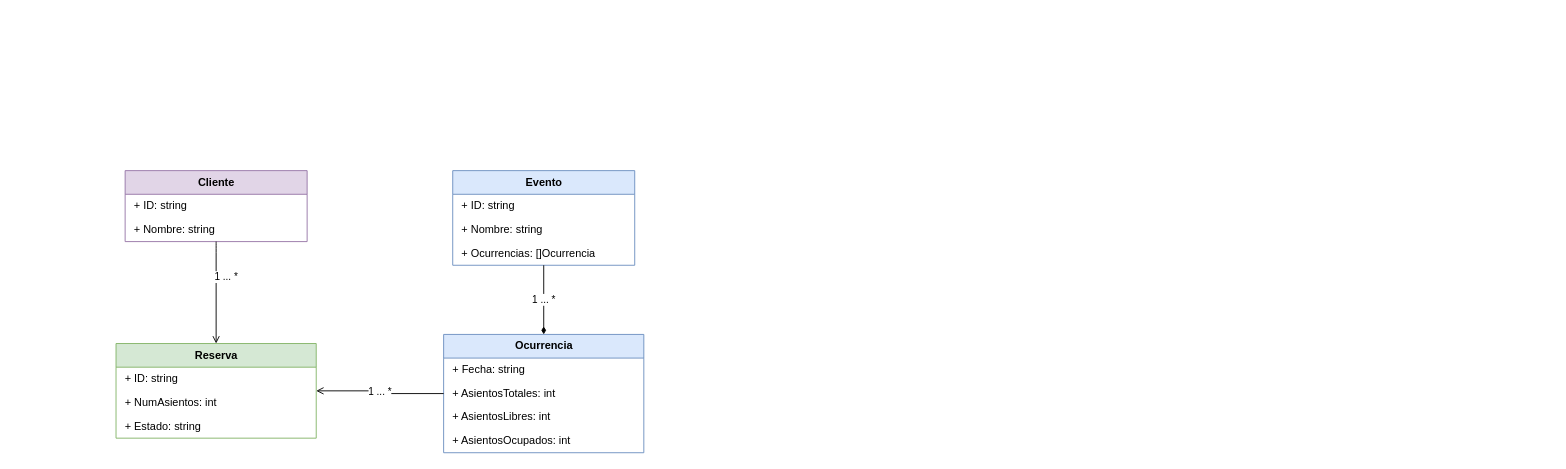
This is docs/diagramas/clases.drawio from AdrianMontLin/sistema-reserva-boletos, a draw.io file, before an edit. Source tidied: cells renumbered, new cells numbered last; positions are measured from the earlier drawing's top-left corner, leaving out a move shared by most shapes. Both pictures are drawn from the tidied source at 91%, with x=0, y=0 at pixel (116, 170).
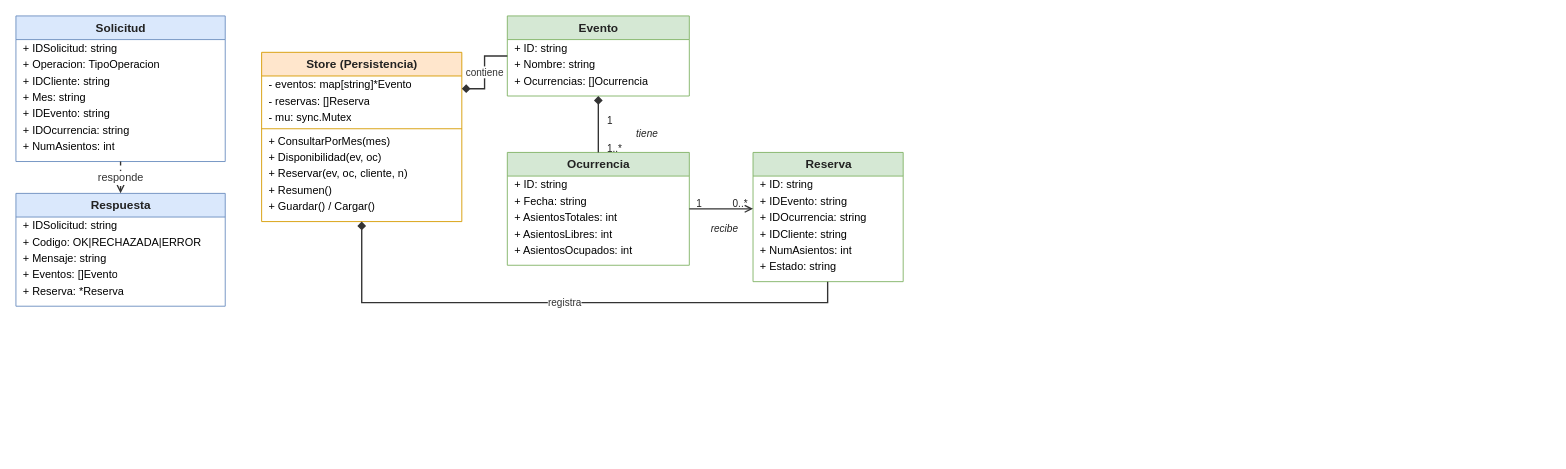
After the change.

What changed in the source:
```diff
@@
+    <mxCell id="21" value="Solicitud" style="swimlane;fontStyle=1;horizontal=1;startSize=26;html=1;fillColor=#DAE8FC;strokeColor=#6C8EBF;fontColor=#222222;fontSize=13;" parent="1" vertex="1">
+      <mxGeometry x="-110" y="-170" width="230" height="160" as="geometry" />
+    </mxCell>
+    <mxCell id="22" value="+ IDSolicitud: string" style="text;strokeColor=none;fillColor=none;align=left;verticalAlign=middle;spacingLeft=6;spacingRight=4;overflow=hidden;html=1;fontSize=12;" parent="21" vertex="1">
+      <mxGeometry y="26" width="230" height="18" as="geometry" />
+    </mxCell>
+    <mxCell id="23" value="+ Operacion: TipoOperacion" style="text;strokeColor=none;fillColor=none;align=left;verticalAlign=middle;spacingLeft=6;spacingRight=4;overflow=hidden;html=1;fontSize=12;" parent="21" vertex="1">
+      <mxGeometry y="44" width="230" height="18" as="geometry" />
+    </mxCell>
+    <mxCell id="24" value="+ IDCliente: string" style="text;strokeColor=none;fillColor=none;align=left;verticalAlign=middle;spacingLeft=6;spacingRight=4;overflow=hidden;html=1;fontSize=12;" parent="21" vertex="1">
+      <mxGeometry y="62" width="230" height="18" as="geometry" />
+    </mxCell>
+    <mxCell id="25" value="+ Mes: string" style="text;strokeColor=none;fillColor=none;align=left;verticalAlign=middle;spacingLeft=6;spacingRight=4;overflow=hidden;html=1;fontSize=12;" parent="21" vertex="1">
+      <mxGeometry y="80" width="230" height="18" as="geometry" />
+    </mxCell>
+    <mxCell id="26" value="+ IDEvento: string" style="text;strokeColor=none;fillColor=none;align=left;verticalAlign=middle;spacingLeft=6;spacingRight=4;overflow=hidden;html=1;fontSize=12;" parent="21" vertex="1">
+      <mxGeometry y="98" width="230" height="18" as="geometry" />
+    </mxCell>
+    <mxCell id="27" value="+ IDOcurrencia: string" style="text;strokeColor=none;fillColor=none;align=left;verticalAlign=middle;spacingLeft=6;spacingRight=4;overflow=hidden;html=1;fontSize=12;" parent="21" vertex="1">
+      <mxGeometry y="116" width="230" height="18" as="geometry" />
+    </mxCell>
+    <mxCell id="28" value="+ NumAsientos: int" style="text;strokeColor=none;fillColor=none;align=left;verticalAlign=middle;spacingLeft=6;spacingRight=4;overflow=hidden;html=1;fontSize=12;" parent="21" vertex="1">
+      <mxGeometry y="134" width="230" height="18" as="geometry" />
+    </mxCell>
+    <mxCell id="29" value="Respuesta" style="swimlane;fontStyle=1;horizontal=1;startSize=26;html=1;fillColor=#DAE8FC;strokeColor=#6C8EBF;fontColor=#222222;fontSize=13;" parent="1" vertex="1">
+      <mxGeometry x="-110" y="25" width="230" height="124" as="geometry" />
+    </mxCell>
+    <mxCell id="30" value="+ IDSolicitud: string" style="text;strokeColor=none;fillColor=none;align=left;verticalAlign=middle;spacingLeft=6;spacingRight=4;overflow=hidden;html=1;fontSize=12;" parent="29" vertex="1">
+      <mxGeometry y="26" width="230" height="18" as="geometry" />
+    </mxCell>
+    <mxCell id="31" value="+ Codigo: OK|RECHAZADA|ERROR" style="text;strokeColor=none;fillColor=none;align=left;verticalAlign=middle;spacingLeft=6;spacingRight=4;overflow=hidden;html=1;fontSize=12;" parent="29" vertex="1">
+      <mxGeometry y="44" width="230" height="18" as="geometry" />
+    </mxCell>
+    <mxCell id="32" value="+ Mensaje: string" style="text;strokeColor=none;fillColor=none;align=left;verticalAlign=middle;spacingLeft=6;spacingRight=4;overflow=hidden;html=1;fontSize=12;" parent="29" vertex="1">
+      <mxGeometry y="62" width="230" height="18" as="geometry" />
+    </mxCell>
+    <mxCell id="33" value="+ Eventos: []Evento" style="text;strokeColor=none;fillColor=none;align=left;verticalAlign=middle;spacingLeft=6;spacingRight=4;overflow=hidden;html=1;fontSize=12;" parent="29" vertex="1">
+      <mxGeometry y="80" width="230" height="18" as="geometry" />
+    </mxCell>
+    <mxCell id="34" value="+ Reserva: *Reserva" style="text;strokeColor=none;fillColor=none;align=left;verticalAlign=middle;spacingLeft=6;spacingRight=4;overflow=hidden;html=1;fontSize=12;" parent="29" vertex="1">
+      <mxGeometry y="98" width="230" height="18" as="geometry" />
+    </mxCell>
+    <mxCell id="35" value="Store (Persistencia)" style="swimlane;fontStyle=1;horizontal=1;startSize=26;html=1;fillColor=#FFE6CC;strokeColor=#D79B00;fontColor=#222222;fontSize=13;" parent="1" vertex="1">
+      <mxGeometry x="160" y="-130" width="220" height="186" as="geometry" />
+    </mxCell>
+    <mxCell id="36" value="- eventos: map[string]*Evento" style="text;strokeColor=none;fillColor=none;align=left;verticalAlign=middle;spacingLeft=6;spacingRight=4;overflow=hidden;html=1;fontSize=12;" parent="35" vertex="1">
+      <mxGeometry y="26" width="220" height="18" as="geometry" />
+    </mxCell>
+    <mxCell id="37" value="- reservas: []Reserva" style="text;strokeColor=none;fillColor=none;align=left;verticalAlign=middle;spacingLeft=6;spacingRight=4;overflow=hidden;html=1;fontSize=12;" parent="35" vertex="1">
+      <mxGeometry y="44" width="220" height="18" as="geometry" />
+    </mxCell>
+    <mxCell id="38" value="- mu: sync.Mutex" style="text;strokeColor=none;fillColor=none;align=left;verticalAlign=middle;spacingLeft=6;spacingRight=4;overflow=hidden;html=1;fontSize=12;" parent="35" vertex="1">
+      <mxGeometry y="62" width="220" height="18" as="geometry" />
+    </mxCell>
+    <mxCell id="39" style="line;strokeWidth=1;fillColor=none;strokeColor=#D79B00;html=1;" parent="35" vertex="1">
+      <mxGeometry y="80" width="220" height="8" as="geometry" />
+    </mxCell>
+    <mxCell id="40" value="+ ConsultarPorMes(mes)" style="text;strokeColor=none;fillColor=none;align=left;verticalAlign=middle;spacingLeft=6;spacingRight=4;overflow=hidden;html=1;fontSize=12;" parent="35" vertex="1">
+      <mxGeometry y="88" width="220" height="18" as="geometry" />
+    </mxCell>
+    <mxCell id="41" value="+ Disponibilidad(ev, oc)" style="text;strokeColor=none;fillColor=none;align=left;verticalAlign=middle;spacingLeft=6;spacingRight=4;overflow=hidden;html=1;fontSize=12;" parent="35" vertex="1">
+      <mxGeometry y="106" width="220" height="18" as="geometry" />
+    </mxCell>
+    <mxCell id="42" value="+ Reservar(ev, oc, cliente, n)" style="text;strokeColor=none;fillColor=none;align=left;verticalAlign=middle;spacingLeft=6;spacingRight=4;overflow=hidden;html=1;fontSize=12;" parent="35" vertex="1">
+      <mxGeometry y="124" width="220" height="18" as="geometry" />
+    </mxCell>
+    <mxCell id="43" value="+ Resumen()" style="text;strokeColor=none;fillColor=none;align=left;verticalAlign=middle;spacingLeft=6;spacingRight=4;overflow=hidden;html=1;fontSize=12;" parent="35" vertex="1">
+      <mxGeometry y="142" width="220" height="18" as="geometry" />
+    </mxCell>
+    <mxCell id="44" value="+ Guardar() / Cargar()" style="text;strokeColor=none;fillColor=none;align=left;verticalAlign=middle;spacingLeft=6;spacingRight=4;overflow=hidden;html=1;fontSize=12;" parent="35" vertex="1">
+      <mxGeometry y="160" width="220" height="18" as="geometry" />
+    </mxCell>
-    <mxCell id="2" value="Evento" style="swimlane;fontStyle=1;horizontal=1;startSize=26;html=1;fillColor=#DAE8FC;strokeColor=#6C8EBF;" parent="1" vertex="1">
-      <mxGeometry x="370" width="200" height="104" as="geometry" />
+    <mxCell id="2" value="Evento" style="swimlane;fontStyle=1;horizontal=1;startSize=26;html=1;fillColor=#D5E8D4;strokeColor=#82B366;fontColor=#222222;fontSize=13;" parent="1" vertex="1">
+      <mxGeometry x="430" y="-170" width="200" height="88" as="geometry" />
     </mxCell>
-    <mxCell id="3" value="+ ID: string" style="text;html=1;align=left;verticalAlign=middle;spacingLeft=8;fontSize=12;" parent="2" vertex="1">
-      <mxGeometry y="26" width="200" height="26" as="geometry" />
-    </mxCell>
-    <mxCell id="4" value="+ Nombre: string" style="text;html=1;align=left;verticalAlign=middle;spacingLeft=8;fontSize=12;" parent="2" vertex="1">
-      <mxGeometry y="52" width="200" height="26" as="geometry" />
-    </mxCell>
+    <mxCell id="45" value="+ ID: string" style="text;strokeColor=none;fillColor=none;align=left;verticalAlign=middle;spacingLeft=6;spacingRight=4;overflow=hidden;html=1;fontSize=12;" parent="2" vertex="1">
+      <mxGeometry y="26" width="200" height="18" as="geometry" />
+    </mxCell>
+    <mxCell id="46" value="+ Nombre: string" style="text;strokeColor=none;fillColor=none;align=left;verticalAlign=middle;spacingLeft=6;spacingRight=4;overflow=hidden;html=1;fontSize=12;" parent="2" vertex="1">
+      <mxGeometry y="44" width="200" height="18" as="geometry" />
+    </mxCell>
-    <mxCell id="5" value="+ Ocurrencias: []Ocurrencia" style="text;html=1;align=left;verticalAlign=middle;spacingLeft=8;fontSize=12;" parent="2" vertex="1">
-      <mxGeometry y="78" width="200" height="26" as="geometry" />
+    <mxCell id="5" value="+ Ocurrencias: []Ocurrencia" style="text;strokeColor=none;fillColor=none;align=left;verticalAlign=middle;spacingLeft=6;spacingRight=4;overflow=hidden;html=1;fontSize=12;" parent="2" vertex="1">
+      <mxGeometry y="62" width="200" height="18" as="geometry" />
     </mxCell>
-    <mxCell id="6" value="Ocurrencia" style="swimlane;fontStyle=1;horizontal=1;startSize=26;html=1;fillColor=#DAE8FC;strokeColor=#6C8EBF;" parent="1" vertex="1">
-      <mxGeometry x="360" y="180" width="220" height="130" as="geometry" />
+    <mxCell id="6" value="Ocurrencia" style="swimlane;fontStyle=1;horizontal=1;startSize=26;html=1;fillColor=#D5E8D4;strokeColor=#82B366;fontColor=#222222;fontSize=13;" parent="1" vertex="1">
+      <mxGeometry x="430" y="-20" width="200" height="124" as="geometry" />
     </mxCell>
+    <mxCell id="47" value="+ ID: string" style="text;strokeColor=none;fillColor=none;align=left;verticalAlign=middle;spacingLeft=6;spacingRight=4;overflow=hidden;html=1;fontSize=12;" parent="6" vertex="1">
+      <mxGeometry y="26" width="200" height="18" as="geometry" />
+    </mxCell>
-    <mxCell id="7" value="+ Fecha: string" style="text;html=1;align=left;verticalAlign=middle;spacingLeft=8;fontSize=12;" parent="6" vertex="1">
-      <mxGeometry y="26" width="220" height="26" as="geometry" />
+    <mxCell id="7" value="+ Fecha: string" style="text;strokeColor=none;fillColor=none;align=left;verticalAlign=middle;spacingLeft=6;spacingRight=4;overflow=hidden;html=1;fontSize=12;" parent="6" vertex="1">
+      <mxGeometry y="44" width="200" height="18" as="geometry" />
     </mxCell>
-    <mxCell id="8" value="+ AsientosTotales: int" style="text;html=1;align=left;verticalAlign=middle;spacingLeft=8;fontSize=12;" parent="6" vertex="1">
-      <mxGeometry y="52" width="220" height="26" as="geometry" />
+    <mxCell id="8" value="+ AsientosTotales: int" style="text;strokeColor=none;fillColor=none;align=left;verticalAlign=middle;spacingLeft=6;spacingRight=4;overflow=hidden;html=1;fontSize=12;" parent="6" vertex="1">
+      <mxGeometry y="62" width="200" height="18" as="geometry" />
     </mxCell>
-    <mxCell id="9" value="+ AsientosLibres: int" style="text;html=1;align=left;verticalAlign=middle;spacingLeft=8;fontSize=12;" parent="6" vertex="1">
-      <mxGeometry y="78" width="220" height="26" as="geometry" />
+    <mxCell id="9" value="+ AsientosLibres: int" style="text;strokeColor=none;fillColor=none;align=left;verticalAlign=middle;spacingLeft=6;spacingRight=4;overflow=hidden;html=1;fontSize=12;" parent="6" vertex="1">
+      <mxGeometry y="80" width="200" height="18" as="geometry" />
     </mxCell>
-    <mxCell id="10" value="+ AsientosOcupados: int" style="text;html=1;align=left;verticalAlign=middle;spacingLeft=8;fontSize=12;" parent="6" vertex="1">
-      <mxGeometry y="104" width="220" height="26" as="geometry" />
+    <mxCell id="10" value="+ AsientosOcupados: int" style="text;strokeColor=none;fillColor=none;align=left;verticalAlign=middle;spacingLeft=6;spacingRight=4;overflow=hidden;html=1;fontSize=12;" parent="6" vertex="1">
+      <mxGeometry y="98" width="200" height="18" as="geometry" />
     </mxCell>
-    <mxCell id="11" value="Reserva" style="swimlane;fontStyle=1;horizontal=1;startSize=26;html=1;fillColor=#D5E8D4;strokeColor=#82B366;" parent="1" vertex="1">
-      <mxGeometry y="190" width="220" height="104" as="geometry" />
+    <mxCell id="11" value="Reserva" style="swimlane;fontStyle=1;horizontal=1;startSize=26;html=1;fillColor=#D5E8D4;strokeColor=#82B366;fontColor=#222222;fontSize=13;" parent="1" vertex="1">
+      <mxGeometry x="700" y="-20" width="165" height="142" as="geometry" />
     </mxCell>
-    <mxCell id="12" value="+ ID: string" style="text;html=1;align=left;verticalAlign=middle;spacingLeft=8;fontSize=12;" parent="11" vertex="1">
-      <mxGeometry y="26" width="220" height="26" as="geometry" />
-    </mxCell>
-    <mxCell id="13" value="+ NumAsientos: int" style="text;html=1;align=left;verticalAlign=middle;spacingLeft=8;fontSize=12;" parent="11" vertex="1">
-      <mxGeometry y="52" width="220" height="26" as="geometry" />
-    </mxCell>
+    <mxCell id="48" value="+ ID: string" style="text;strokeColor=none;fillColor=none;align=left;verticalAlign=middle;spacingLeft=6;spacingRight=4;overflow=hidden;html=1;fontSize=12;" parent="11" vertex="1">
+      <mxGeometry y="26" width="165" height="18" as="geometry" />
+    </mxCell>
+    <mxCell id="49" value="+ IDEvento: string" style="text;strokeColor=none;fillColor=none;align=left;verticalAlign=middle;spacingLeft=6;spacingRight=4;overflow=hidden;html=1;fontSize=12;" parent="11" vertex="1">
+      <mxGeometry y="44" width="165" height="18" as="geometry" />
+    </mxCell>
+    <mxCell id="50" value="+ IDOcurrencia: string" style="text;strokeColor=none;fillColor=none;align=left;verticalAlign=middle;spacingLeft=6;spacingRight=4;overflow=hidden;html=1;fontSize=12;" parent="11" vertex="1">
+      <mxGeometry y="62" width="165" height="18" as="geometry" />
+    </mxCell>
+    <mxCell id="51" value="+ IDCliente: string" style="text;strokeColor=none;fillColor=none;align=left;verticalAlign=middle;spacingLeft=6;spacingRight=4;overflow=hidden;html=1;fontSize=12;" parent="11" vertex="1">
+      <mxGeometry y="80" width="165" height="18" as="geometry" />
+    </mxCell>
+    <mxCell id="52" value="+ NumAsientos: int" style="text;strokeColor=none;fillColor=none;align=left;verticalAlign=middle;spacingLeft=6;spacingRight=4;overflow=hidden;html=1;fontSize=12;" parent="11" vertex="1">
+      <mxGeometry y="98" width="165" height="18" as="geometry" />
+    </mxCell>
-    <mxCell id="14" value="+ Estado: string" style="text;html=1;align=left;verticalAlign=middle;spacingLeft=8;fontSize=12;" parent="11" vertex="1">
-      <mxGeometry y="78" width="220" height="26" as="geometry" />
+    <mxCell id="14" value="+ Estado: string" style="text;strokeColor=none;fillColor=none;align=left;verticalAlign=middle;spacingLeft=6;spacingRight=4;overflow=hidden;html=1;fontSize=12;" parent="11" vertex="1">
+      <mxGeometry y="116" width="165" height="18" as="geometry" />
     </mxCell>
-    <mxCell id="15" value="Cliente" style="swimlane;fontStyle=1;horizontal=1;startSize=26;html=1;fillColor=#E1D5E7;strokeColor=#9673A6;" parent="1" vertex="1">
-      <mxGeometry x="10" width="200" height="78" as="geometry" />
-    </mxCell>
-    <mxCell id="16" value="+ ID: string" style="text;html=1;align=left;verticalAlign=middle;spacingLeft=8;fontSize=12;" parent="15" vertex="1">
-      <mxGeometry y="26" width="200" height="26" as="geometry" />
-    </mxCell>
-    <mxCell id="17" value="+ Nombre: string" style="text;html=1;align=left;verticalAlign=middle;spacingLeft=8;fontSize=12;" parent="15" vertex="1">
-      <mxGeometry y="52" width="200" height="26" as="geometry" />
-    </mxCell>
-    <mxCell id="18" value="1 ... *" style="edgeStyle=orthogonalEdgeStyle;html=1;endArrow=diamondThin;startArrow=none;" parent="1" edge="1" source="2" target="6">
-      <mxGeometry relative="1" as="geometry" />
-    </mxCell>
-    <mxCell id="19" value="1 ... *" style="edgeStyle=orthogonalEdgeStyle;html=1;endArrow=open;startArrow=none;" parent="1" edge="1" source="6" target="11">
-      <mxGeometry relative="1" as="geometry" />
-    </mxCell>
-    <mxCell id="20" value="1 ...&lt;span style=&quot;background-color: light-dark(#ffffff, var(--ge-dark-color, #121212)); color: light-dark(rgb(0, 0, 0), rgb(255, 255, 255));&quot;&gt;&amp;nbsp;*&lt;/span&gt;" style="edgeStyle=orthogonalEdgeStyle;html=1;endArrow=open;startArrow=none;entryX=0.5;entryY=0;entryDx=0;entryDy=0;exitX=0.5;exitY=1;exitDx=0;exitDy=0;" parent="1" edge="1" source="15" target="11">
-      <mxGeometry x="-0.16" y="13" relative="1" as="geometry">
-        <Array as="points">
-          <mxPoint x="110" y="80" />
-          <mxPoint x="110" y="80" />
-        </Array>
-        <mxPoint x="-2" y="-8" as="offset" />
-      </mxGeometry>
-    </mxCell>
+    <mxCell id="53" value="responde" style="html=1;rounded=0;strokeWidth=1.5;labelBackgroundColor=#ffffff;fontSize=12;fontColor=#333333;strokeColor=#333333;endArrow=open;endFill=0;startArrow=none;dashed=1;" parent="1" edge="1">
+      <mxGeometry relative="1" as="geometry">
+        <mxPoint x="5" y="-10" as="sourcePoint" />
+        <mxPoint x="5" y="25" as="targetPoint" />
+      </mxGeometry>
+    </mxCell>
+    <mxCell id="54" value="contiene" style="html=1;rounded=0;strokeWidth=1.5;labelBackgroundColor=#ffffff;fontSize=11;fontColor=#333333;strokeColor=#333333;endArrow=none;startArrow=diamond;startFill=1;" parent="1" edge="1">
+      <mxGeometry relative="1" as="geometry">
+        <mxPoint x="380" y="-90" as="sourcePoint" />
+        <mxPoint x="430" y="-126" as="targetPoint" />
+        <Array as="points">
+          <mxPoint x="405" y="-90" />
+          <mxPoint x="405" y="-126" />
+        </Array>
+      </mxGeometry>
+    </mxCell>
+    <mxCell id="55" style="html=1;rounded=0;strokeWidth=1.5;labelBackgroundColor=#ffffff;fontSize=12;fontColor=#333333;strokeColor=#333333;endArrow=none;startArrow=diamond;startFill=1;" parent="1" edge="1">
+      <mxGeometry relative="1" as="geometry">
+        <mxPoint x="530" y="-82" as="sourcePoint" />
+        <mxPoint x="530" y="-20" as="targetPoint" />
+      </mxGeometry>
+    </mxCell>
+    <mxCell id="56" value="1" style="text;html=1;align=left;verticalAlign=top;whiteSpace=wrap;fontSize=11;fontColor=#222222;" parent="1" vertex="1">
+      <mxGeometry x="538" y="-68" width="900" height="21" as="geometry" />
+    </mxCell>
+    <mxCell id="57" value="1..*" style="text;html=1;align=left;verticalAlign=top;whiteSpace=wrap;fontSize=11;fontColor=#222222;" parent="1" vertex="1">
+      <mxGeometry x="538" y="-37" width="900" height="21" as="geometry" />
+    </mxCell>
+    <mxCell id="58" value="tiene" style="text;html=1;align=left;verticalAlign=top;whiteSpace=wrap;fontSize=11;fontColor=#222222;fontStyle=2;" parent="1" vertex="1">
+      <mxGeometry x="570" y="-53" width="900" height="21" as="geometry" />
+    </mxCell>
+    <mxCell id="59" style="html=1;rounded=0;strokeWidth=1.5;labelBackgroundColor=#ffffff;fontSize=12;fontColor=#333333;strokeColor=#333333;endArrow=open;endFill=0;startArrow=none;" parent="1" edge="1">
+      <mxGeometry relative="1" as="geometry">
+        <mxPoint x="630" y="42" as="sourcePoint" />
+        <mxPoint x="700" y="42" as="targetPoint" />
+      </mxGeometry>
+    </mxCell>
+    <mxCell id="60" value="1" style="text;html=1;align=left;verticalAlign=top;whiteSpace=wrap;fontSize=11;fontColor=#222222;" parent="1" vertex="1">
+      <mxGeometry x="636" y="23" width="900" height="21" as="geometry" />
+    </mxCell>
+    <mxCell id="61" value="0..*" style="text;html=1;align=left;verticalAlign=top;whiteSpace=wrap;fontSize=11;fontColor=#222222;" parent="1" vertex="1">
+      <mxGeometry x="676" y="23" width="900" height="21" as="geometry" />
+    </mxCell>
+    <mxCell id="62" value="recibe" style="text;html=1;align=left;verticalAlign=top;whiteSpace=wrap;fontSize=11;fontColor=#222222;fontStyle=2;" parent="1" vertex="1">
+      <mxGeometry x="652" y="51" width="900" height="21" as="geometry" />
+    </mxCell>
+    <mxCell id="63" value="registra" style="html=1;rounded=0;strokeWidth=1.5;labelBackgroundColor=#ffffff;fontSize=11;fontColor=#333333;strokeColor=#333333;endArrow=none;startArrow=diamond;startFill=1;" parent="1" edge="1">
+      <mxGeometry relative="1" as="geometry">
+        <mxPoint x="270" y="56" as="sourcePoint" />
+        <mxPoint x="782" y="122" as="targetPoint" />
+        <Array as="points">
+          <mxPoint x="270" y="145" />
+          <mxPoint x="782" y="145" />
+        </Array>
+      </mxGeometry>
+    </mxCell>
```
